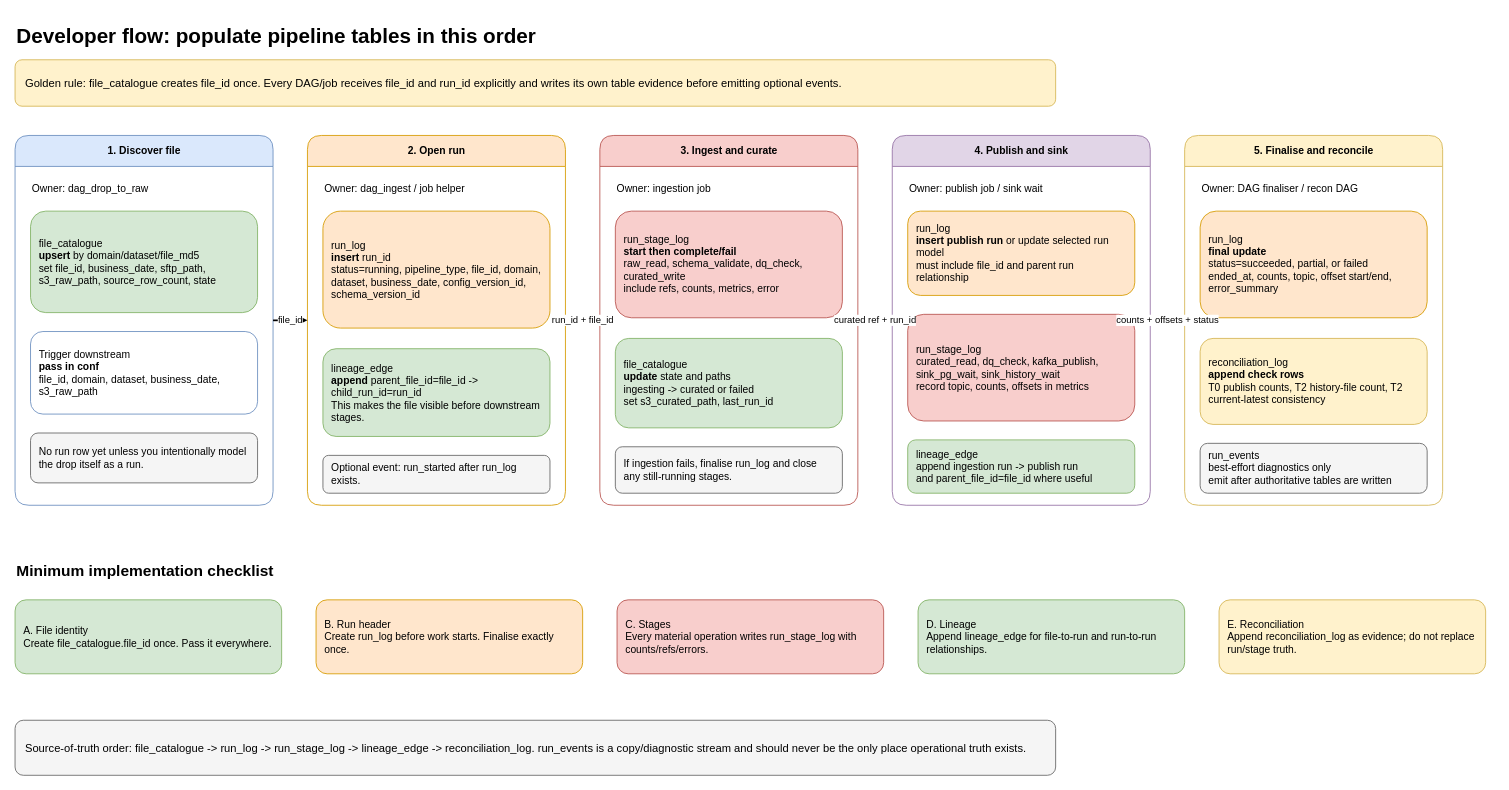
The draw.io diagram page "Control Table Write Order" (1 of 2) of docs/pipeline-table-population-guide.drawio in holdersav20001/ods, before the edit. Source tidied: cells renumbered, new cells numbered last; positions are measured from the earlier drawing's top-left corner, leaving out a move shared by most shapes. Both pictures are drawn from the tidied source at 86%, with x=0, y=0 at pixel (15, 18).
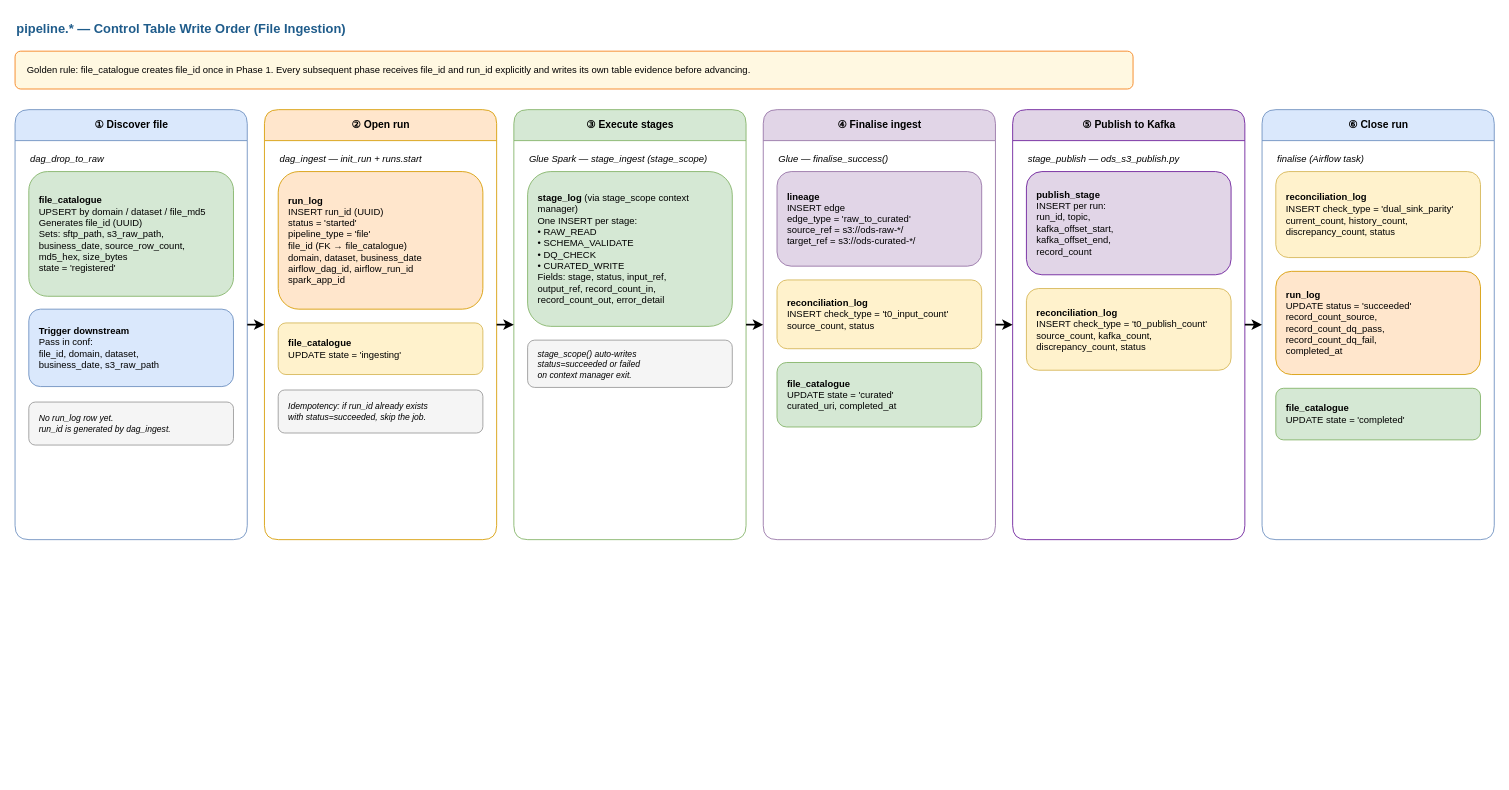
The same page after the edit.

Change to the diagram source:
```diff
@@
-    <mxCell id="2" value="Developer flow: populate pipeline tables in this order" style="text;html=1;fontStyle=1;fontSize=24;fillColor=none;strokeColor=none;align=left;" parent="1" vertex="1">
-      <mxGeometry width="760" height="36" as="geometry" />
+    <mxCell id="2" value="pipeline.* — Control Table Write Order (File Ingestion)" style="text;html=1;fontStyle=1;fontSize=15;fillColor=none;strokeColor=none;align=left;fontColor=#1F5C8B;" parent="1" vertex="1">
+      <mxGeometry y="-4" width="900" height="36" as="geometry" />
     </mxCell>
-    <mxCell id="3" value="Golden rule: file_catalogue creates file_id once. Every DAG/job receives file_id and run_id explicitly and writes its own table evidence before emitting optional events." style="rounded=1;whiteSpace=wrap;html=1;fillColor=#fff2cc;strokeColor=#d6b656;fontSize=13;align=left;spacing=12;" parent="1" vertex="1">
-      <mxGeometry y="48" width="1210" height="54" as="geometry" />
+    <mxCell id="3" value="Golden rule: file_catalogue creates file_id once in Phase 1. Every subsequent phase receives file_id and run_id explicitly and writes its own table evidence before advancing." style="rounded=1;whiteSpace=wrap;html=1;fillColor=#FFF8E1;strokeColor=#F57F17;fontSize=11;align=left;spacingLeft=12;" parent="1" vertex="1">
+      <mxGeometry y="38" width="1300" height="44" as="geometry" />
     </mxCell>
-    <mxCell id="4" value="1. Discover file" style="swimlane;html=1;rounded=1;fontStyle=1;startSize=36;fillColor=#dae8fc;strokeColor=#6c8ebf;" parent="1" vertex="1">
-      <mxGeometry y="136" width="300" height="430" as="geometry" />
-    </mxCell>
-    <mxCell id="5" value="Owner: dag_drop_to_raw" style="text;html=1;strokeColor=none;fillColor=none;align=left;fontSize=12;" parent="4" vertex="1">
-      <mxGeometry x="18" y="48" width="250" height="24" as="geometry" />
-    </mxCell>
-    <mxCell id="6" value="file_catalogue&lt;br&gt;&lt;b&gt;upsert&lt;/b&gt; by domain/dataset/file_md5&lt;br&gt;set file_id, business_date, sftp_path, s3_raw_path, source_row_count, state" style="rounded=1;whiteSpace=wrap;html=1;fillColor=#d5e8d4;strokeColor=#82b366;align=left;spacing=10;" parent="4" vertex="1">
-      <mxGeometry x="18" y="88" width="264" height="118" as="geometry" />
-    </mxCell>
-    <mxCell id="7" value="Trigger downstream&lt;br&gt;&lt;b&gt;pass in conf&lt;/b&gt;&lt;br&gt;file_id, domain, dataset, business_date, s3_raw_path" style="rounded=1;whiteSpace=wrap;html=1;fillColor=#ffffff;strokeColor=#6c8ebf;align=left;spacing=10;" parent="4" vertex="1">
-      <mxGeometry x="18" y="228" width="264" height="96" as="geometry" />
-    </mxCell>
-    <mxCell id="8" value="No run row yet unless you intentionally model the drop itself as a run." style="rounded=1;whiteSpace=wrap;html=1;fillColor=#f5f5f5;strokeColor=#666666;align=left;spacing=10;fontSize=12;" parent="4" vertex="1">
-      <mxGeometry x="18" y="346" width="264" height="58" as="geometry" />
-    </mxCell>
-    <mxCell id="9" value="2. Open run" style="swimlane;html=1;rounded=1;fontStyle=1;startSize=36;fillColor=#ffe6cc;strokeColor=#d79b00;" parent="1" vertex="1">
-      <mxGeometry x="340" y="136" width="300" height="430" as="geometry" />
-    </mxCell>
-    <mxCell id="10" value="Owner: dag_ingest / job helper" style="text;html=1;strokeColor=none;fillColor=none;align=left;fontSize=12;" parent="9" vertex="1">
-      <mxGeometry x="18" y="48" width="250" height="24" as="geometry" />
-    </mxCell>
-    <mxCell id="11" value="run_log&lt;br&gt;&lt;b&gt;insert&lt;/b&gt; run_id&lt;br&gt;status=running, pipeline_type, file_id, domain, dataset, business_date, config_version_id, schema_version_id" style="rounded=1;whiteSpace=wrap;html=1;fillColor=#ffe6cc;strokeColor=#d79b00;align=left;spacing=10;" parent="9" vertex="1">
-      <mxGeometry x="18" y="88" width="264" height="136" as="geometry" />
-    </mxCell>
-    <mxCell id="12" value="lineage_edge&lt;br&gt;&lt;b&gt;append&lt;/b&gt; parent_file_id=file_id -&gt; child_run_id=run_id&lt;br&gt;This makes the file visible before downstream stages." style="rounded=1;whiteSpace=wrap;html=1;fillColor=#d5e8d4;strokeColor=#82b366;align=left;spacing=10;" parent="9" vertex="1">
-      <mxGeometry x="18" y="248" width="264" height="102" as="geometry" />
-    </mxCell>
-    <mxCell id="13" value="Optional event: run_started after run_log exists." style="rounded=1;whiteSpace=wrap;html=1;fillColor=#f5f5f5;strokeColor=#666666;align=left;spacing=10;fontSize=12;" parent="9" vertex="1">
-      <mxGeometry x="18" y="372" width="264" height="44" as="geometry" />
-    </mxCell>
-    <mxCell id="14" value="3. Ingest and curate" style="swimlane;html=1;rounded=1;fontStyle=1;startSize=36;fillColor=#f8cecc;strokeColor=#b85450;" parent="1" vertex="1">
-      <mxGeometry x="680" y="136" width="300" height="430" as="geometry" />
-    </mxCell>
-    <mxCell id="15" value="Owner: ingestion job" style="text;html=1;strokeColor=none;fillColor=none;align=left;fontSize=12;" parent="14" vertex="1">
-      <mxGeometry x="18" y="48" width="250" height="24" as="geometry" />
-    </mxCell>
-    <mxCell id="16" value="run_stage_log&lt;br&gt;&lt;b&gt;start then complete/fail&lt;/b&gt;&lt;br&gt;raw_read, schema_validate, dq_check, curated_write&lt;br&gt;include refs, counts, metrics, error" style="rounded=1;whiteSpace=wrap;html=1;fillColor=#f8cecc;strokeColor=#b85450;align=left;spacing=10;" parent="14" vertex="1">
-      <mxGeometry x="18" y="88" width="264" height="124" as="geometry" />
-    </mxCell>
-    <mxCell id="17" value="file_catalogue&lt;br&gt;&lt;b&gt;update&lt;/b&gt; state and paths&lt;br&gt;ingesting -&gt; curated or failed&lt;br&gt;set s3_curated_path, last_run_id" style="rounded=1;whiteSpace=wrap;html=1;fillColor=#d5e8d4;strokeColor=#82b366;align=left;spacing=10;" parent="14" vertex="1">
-      <mxGeometry x="18" y="236" width="264" height="104" as="geometry" />
-    </mxCell>
-    <mxCell id="18" value="If ingestion fails, finalise run_log and close any still-running stages." style="rounded=1;whiteSpace=wrap;html=1;fillColor=#f5f5f5;strokeColor=#666666;align=left;spacing=10;fontSize=12;" parent="14" vertex="1">
-      <mxGeometry x="18" y="362" width="264" height="54" as="geometry" />
-    </mxCell>
-    <mxCell id="19" value="4. Publish and sink" style="swimlane;html=1;rounded=1;fontStyle=1;startSize=36;fillColor=#e1d5e7;strokeColor=#9673a6;" parent="1" vertex="1">
-      <mxGeometry x="1020" y="136" width="300" height="430" as="geometry" />
-    </mxCell>
-    <mxCell id="20" value="Owner: publish job / sink wait" style="text;html=1;strokeColor=none;fillColor=none;align=left;fontSize=12;" parent="19" vertex="1">
-      <mxGeometry x="18" y="48" width="250" height="24" as="geometry" />
-    </mxCell>
-    <mxCell id="21" value="run_log&lt;br&gt;&lt;b&gt;insert publish run&lt;/b&gt; or update selected run model&lt;br&gt;must include file_id and parent run relationship" style="rounded=1;whiteSpace=wrap;html=1;fillColor=#ffe6cc;strokeColor=#d79b00;align=left;spacing=10;" parent="19" vertex="1">
-      <mxGeometry x="18" y="88" width="264" height="98" as="geometry" />
-    </mxCell>
-    <mxCell id="22" value="run_stage_log&lt;br&gt;curated_read, dq_check, kafka_publish, sink_pg_wait, sink_history_wait&lt;br&gt;record topic, counts, offsets in metrics" style="rounded=1;whiteSpace=wrap;html=1;fillColor=#f8cecc;strokeColor=#b85450;align=left;spacing=10;" parent="19" vertex="1">
-      <mxGeometry x="18" y="208" width="264" height="124" as="geometry" />
-    </mxCell>
-    <mxCell id="23" value="lineage_edge&lt;br&gt;append ingestion run -&gt; publish run&lt;br&gt;and parent_file_id=file_id where useful" style="rounded=1;whiteSpace=wrap;html=1;fillColor=#d5e8d4;strokeColor=#82b366;align=left;spacing=10;" parent="19" vertex="1">
-      <mxGeometry x="18" y="354" width="264" height="62" as="geometry" />
-    </mxCell>
-    <mxCell id="24" value="5. Finalise and reconcile" style="swimlane;html=1;rounded=1;fontStyle=1;startSize=36;fillColor=#fff2cc;strokeColor=#d6b656;" parent="1" vertex="1">
-      <mxGeometry x="1360" y="136" width="300" height="430" as="geometry" />
-    </mxCell>
-    <mxCell id="25" value="Owner: DAG finaliser / recon DAG" style="text;html=1;strokeColor=none;fillColor=none;align=left;fontSize=12;" parent="24" vertex="1">
-      <mxGeometry x="18" y="48" width="250" height="24" as="geometry" />
-    </mxCell>
-    <mxCell id="26" value="run_log&lt;br&gt;&lt;b&gt;final update&lt;/b&gt;&lt;br&gt;status=succeeded, partial, or failed&lt;br&gt;ended_at, counts, topic, offset start/end, error_summary" style="rounded=1;whiteSpace=wrap;html=1;fillColor=#ffe6cc;strokeColor=#d79b00;align=left;spacing=10;" parent="24" vertex="1">
-      <mxGeometry x="18" y="88" width="264" height="124" as="geometry" />
-    </mxCell>
-    <mxCell id="27" value="reconciliation_log&lt;br&gt;&lt;b&gt;append check rows&lt;/b&gt;&lt;br&gt;T0 publish counts, T2 history-file count, T2 current-latest consistency" style="rounded=1;whiteSpace=wrap;html=1;fillColor=#fff2cc;strokeColor=#d6b656;align=left;spacing=10;" parent="24" vertex="1">
-      <mxGeometry x="18" y="236" width="264" height="100" as="geometry" />
-    </mxCell>
-    <mxCell id="28" value="run_events&lt;br&gt;best-effort diagnostics only&lt;br&gt;emit after authoritative tables are written" style="rounded=1;whiteSpace=wrap;html=1;fillColor=#f5f5f5;strokeColor=#666666;align=left;spacing=10;" parent="24" vertex="1">
-      <mxGeometry x="18" y="358" width="264" height="58" as="geometry" />
-    </mxCell>
-    <mxCell id="29" value="file_id" style="endArrow=block;html=1;rounded=0;strokeWidth=2;edgeStyle=orthogonalEdgeStyle;" parent="1" edge="1" source="4" target="9">
-      <mxGeometry relative="1" as="geometry" />
-    </mxCell>
-    <mxCell id="30" value="run_id + file_id" style="endArrow=block;html=1;rounded=0;strokeWidth=2;edgeStyle=orthogonalEdgeStyle;" parent="1" edge="1" source="9" target="14">
-      <mxGeometry relative="1" as="geometry" />
-    </mxCell>
-    <mxCell id="31" value="curated ref + run_id" style="endArrow=block;html=1;rounded=0;strokeWidth=2;edgeStyle=orthogonalEdgeStyle;" parent="1" edge="1" source="14" target="19">
-      <mxGeometry relative="1" as="geometry" />
-    </mxCell>
-    <mxCell id="32" value="counts + offsets + status" style="endArrow=block;html=1;rounded=0;strokeWidth=2;edgeStyle=orthogonalEdgeStyle;" parent="1" edge="1" source="19" target="24">
-      <mxGeometry relative="1" as="geometry" />
-    </mxCell>
-    <mxCell id="33" value="Minimum implementation checklist" style="text;html=1;fontStyle=1;fontSize=18;fillColor=none;strokeColor=none;align=left;" parent="1" vertex="1">
-      <mxGeometry y="626" width="360" height="30" as="geometry" />
-    </mxCell>
-    <mxCell id="34" value="A. File identity&lt;br&gt;Create file_catalogue.file_id once. Pass it everywhere." style="rounded=1;whiteSpace=wrap;html=1;fillColor=#d5e8d4;strokeColor=#82b366;align=left;spacing=10;" parent="1" vertex="1">
-      <mxGeometry y="676" width="310" height="86" as="geometry" />
-    </mxCell>
-    <mxCell id="35" value="B. Run header&lt;br&gt;Create run_log before work starts. Finalise exactly once." style="rounded=1;whiteSpace=wrap;html=1;fillColor=#ffe6cc;strokeColor=#d79b00;align=left;spacing=10;" parent="1" vertex="1">
-      <mxGeometry x="350" y="676" width="310" height="86" as="geometry" />
-    </mxCell>
-    <mxCell id="36" value="C. Stages&lt;br&gt;Every material operation writes run_stage_log with counts/refs/errors." style="rounded=1;whiteSpace=wrap;html=1;fillColor=#f8cecc;strokeColor=#b85450;align=left;spacing=10;" parent="1" vertex="1">
-      <mxGeometry x="700" y="676" width="310" height="86" as="geometry" />
-    </mxCell>
-    <mxCell id="37" value="D. Lineage&lt;br&gt;Append lineage_edge for file-to-run and run-to-run relationships." style="rounded=1;whiteSpace=wrap;html=1;fillColor=#d5e8d4;strokeColor=#82b366;align=left;spacing=10;" parent="1" vertex="1">
-      <mxGeometry x="1050" y="676" width="310" height="86" as="geometry" />
-    </mxCell>
-    <mxCell id="38" value="E. Reconciliation&lt;br&gt;Append reconciliation_log as evidence; do not replace run/stage truth." style="rounded=1;whiteSpace=wrap;html=1;fillColor=#fff2cc;strokeColor=#d6b656;align=left;spacing=10;" parent="1" vertex="1">
-      <mxGeometry x="1400" y="676" width="310" height="86" as="geometry" />
-    </mxCell>
-    <mxCell id="39" value="Source-of-truth order: file_catalogue -&gt; run_log -&gt; run_stage_log -&gt; lineage_edge -&gt; reconciliation_log. run_events is a copy/diagnostic stream and should never be the only place operational truth exists." style="rounded=1;whiteSpace=wrap;html=1;fillColor=#f5f5f5;strokeColor=#666666;fontSize=13;align=left;spacing=12;" parent="1" vertex="1">
-      <mxGeometry y="816" width="1210" height="64" as="geometry" />
-    </mxCell>
+    <mxCell id="40" value="① Discover file" style="swimlane;html=1;rounded=1;fontStyle=1;startSize=36;fillColor=#dae8fc;strokeColor=#6c8ebf;fontSize=12;" parent="1" vertex="1">
+      <mxGeometry y="106" width="270" height="500" as="geometry" />
+    </mxCell>
+    <mxCell id="41" value="dag_drop_to_raw" style="text;html=1;strokeColor=none;fillColor=none;align=left;fontSize=11;fontStyle=2;" parent="40" vertex="1">
+      <mxGeometry x="16" y="44" width="240" height="20" as="geometry" />
+    </mxCell>
+    <mxCell id="42" value="&lt;b&gt;file_catalogue&lt;/b&gt;&#10;UPSERT by domain / dataset / file_md5&#10;Generates file_id (UUID)&#10;Sets: sftp_path, s3_raw_path,&#10;business_date, source_row_count,&#10;md5_hex, size_bytes&#10;state = 'registered'" style="rounded=1;whiteSpace=wrap;html=1;fillColor=#d5e8d4;strokeColor=#82b366;align=left;fontSize=11;spacingLeft=10;" parent="40" vertex="1">
+      <mxGeometry x="16" y="72" width="238" height="145" as="geometry" />
+    </mxCell>
+    <mxCell id="43" value="&lt;b&gt;Trigger downstream&lt;/b&gt;&#10;Pass in conf:&#10;file_id, domain, dataset,&#10;business_date, s3_raw_path" style="rounded=1;whiteSpace=wrap;html=1;fillColor=#dae8fc;strokeColor=#6c8ebf;align=left;fontSize=11;spacingLeft=10;" parent="40" vertex="1">
+      <mxGeometry x="16" y="232" width="238" height="90" as="geometry" />
+    </mxCell>
+    <mxCell id="44" value="No run_log row yet.&#10;run_id is generated by dag_ingest." style="rounded=1;whiteSpace=wrap;html=1;fillColor=#f5f5f5;strokeColor=#999999;align=left;fontSize=10;spacingLeft=10;fontStyle=2;" parent="40" vertex="1">
+      <mxGeometry x="16" y="340" width="238" height="50" as="geometry" />
+    </mxCell>
+    <mxCell id="45" value="② Open run" style="swimlane;html=1;rounded=1;fontStyle=1;startSize=36;fillColor=#ffe6cc;strokeColor=#d79b00;fontSize=12;" parent="1" vertex="1">
+      <mxGeometry x="290" y="106" width="270" height="500" as="geometry" />
+    </mxCell>
+    <mxCell id="46" value="dag_ingest — init_run + runs.start" style="text;html=1;strokeColor=none;fillColor=none;align=left;fontSize=11;fontStyle=2;" parent="45" vertex="1">
+      <mxGeometry x="16" y="44" width="240" height="20" as="geometry" />
+    </mxCell>
+    <mxCell id="47" value="&lt;b&gt;run_log&lt;/b&gt;&#10;INSERT run_id (UUID)&#10;status = 'started'&#10;pipeline_type = 'file'&#10;file_id (FK → file_catalogue)&#10;domain, dataset, business_date&#10;airflow_dag_id, airflow_run_id&#10;spark_app_id" style="rounded=1;whiteSpace=wrap;html=1;fillColor=#ffe6cc;strokeColor=#d79b00;align=left;fontSize=11;spacingLeft=10;" parent="45" vertex="1">
+      <mxGeometry x="16" y="72" width="238" height="160" as="geometry" />
+    </mxCell>
+    <mxCell id="48" value="&lt;b&gt;file_catalogue&lt;/b&gt;&#10;UPDATE state = 'ingesting'" style="rounded=1;whiteSpace=wrap;html=1;fillColor=#fff2cc;strokeColor=#d6b656;align=left;fontSize=11;spacingLeft=10;" parent="45" vertex="1">
+      <mxGeometry x="16" y="248" width="238" height="60" as="geometry" />
+    </mxCell>
+    <mxCell id="49" value="Idempotency: if run_id already exists&#10;with status=succeeded, skip the job." style="rounded=1;whiteSpace=wrap;html=1;fillColor=#f5f5f5;strokeColor=#999999;align=left;fontSize=10;spacingLeft=10;fontStyle=2;" parent="45" vertex="1">
+      <mxGeometry x="16" y="326" width="238" height="50" as="geometry" />
+    </mxCell>
+    <mxCell id="50" value="③ Execute stages" style="swimlane;html=1;rounded=1;fontStyle=1;startSize=36;fillColor=#d5e8d4;strokeColor=#82b366;fontSize=12;" parent="1" vertex="1">
+      <mxGeometry x="580" y="106" width="270" height="500" as="geometry" />
+    </mxCell>
+    <mxCell id="51" value="Glue Spark — stage_ingest (stage_scope)" style="text;html=1;strokeColor=none;fillColor=none;align=left;fontSize=11;fontStyle=2;" parent="50" vertex="1">
+      <mxGeometry x="16" y="44" width="240" height="20" as="geometry" />
+    </mxCell>
+    <mxCell id="52" value="&lt;b&gt;stage_log&lt;/b&gt; (via stage_scope context manager)&#10;One INSERT per stage:&#10;• RAW_READ&#10;• SCHEMA_VALIDATE&#10;• DQ_CHECK&#10;• CURATED_WRITE&#10;Fields: stage, status, input_ref,&#10;output_ref, record_count_in,&#10;record_count_out, error_detail" style="rounded=1;whiteSpace=wrap;html=1;fillColor=#d5e8d4;strokeColor=#82b366;align=left;fontSize=11;spacingLeft=10;" parent="50" vertex="1">
+      <mxGeometry x="16" y="72" width="238" height="180" as="geometry" />
+    </mxCell>
+    <mxCell id="53" value="stage_scope() auto-writes&#10;status=succeeded or failed&#10;on context manager exit." style="rounded=1;whiteSpace=wrap;html=1;fillColor=#f5f5f5;strokeColor=#999999;align=left;fontSize=10;spacingLeft=10;fontStyle=2;" parent="50" vertex="1">
+      <mxGeometry x="16" y="268" width="238" height="55" as="geometry" />
+    </mxCell>
+    <mxCell id="54" value="④ Finalise ingest" style="swimlane;html=1;rounded=1;fontStyle=1;startSize=36;fillColor=#e1d5e7;strokeColor=#9673a6;fontSize=12;" parent="1" vertex="1">
+      <mxGeometry x="870" y="106" width="270" height="500" as="geometry" />
+    </mxCell>
+    <mxCell id="55" value="Glue — finalise_success()" style="text;html=1;strokeColor=none;fillColor=none;align=left;fontSize=11;fontStyle=2;" parent="54" vertex="1">
+      <mxGeometry x="16" y="44" width="240" height="20" as="geometry" />
+    </mxCell>
+    <mxCell id="56" value="&lt;b&gt;lineage&lt;/b&gt;&#10;INSERT edge&#10;edge_type = 'raw_to_curated'&#10;source_ref = s3://ods-raw-*/&#10;target_ref = s3://ods-curated-*/" style="rounded=1;whiteSpace=wrap;html=1;fillColor=#e1d5e7;strokeColor=#9673a6;align=left;fontSize=11;spacingLeft=10;" parent="54" vertex="1">
+      <mxGeometry x="16" y="72" width="238" height="110" as="geometry" />
+    </mxCell>
+    <mxCell id="57" value="&lt;b&gt;reconciliation_log&lt;/b&gt;&#10;INSERT check_type = 't0_input_count'&#10;source_count, status" style="rounded=1;whiteSpace=wrap;html=1;fillColor=#fff2cc;strokeColor=#d6b656;align=left;fontSize=11;spacingLeft=10;" parent="54" vertex="1">
+      <mxGeometry x="16" y="198" width="238" height="80" as="geometry" />
+    </mxCell>
+    <mxCell id="58" value="&lt;b&gt;file_catalogue&lt;/b&gt;&#10;UPDATE state = 'curated'&#10;curated_uri, completed_at" style="rounded=1;whiteSpace=wrap;html=1;fillColor=#d5e8d4;strokeColor=#82b366;align=left;fontSize=11;spacingLeft=10;" parent="54" vertex="1">
+      <mxGeometry x="16" y="294" width="238" height="75" as="geometry" />
+    </mxCell>
+    <mxCell id="59" value="⑤ Publish to Kafka" style="swimlane;html=1;rounded=1;fontStyle=1;startSize=36;fillColor=#e1d5e7;strokeColor=#6A1B9A;fontSize=12;" parent="1" vertex="1">
+      <mxGeometry x="1160" y="106" width="270" height="500" as="geometry" />
+    </mxCell>
+    <mxCell id="60" value="stage_publish — ods_s3_publish.py" style="text;html=1;strokeColor=none;fillColor=none;align=left;fontSize=11;fontStyle=2;" parent="59" vertex="1">
+      <mxGeometry x="16" y="44" width="240" height="20" as="geometry" />
+    </mxCell>
+    <mxCell id="61" value="&lt;b&gt;publish_stage&lt;/b&gt;&#10;INSERT per run:&#10;run_id, topic,&#10;kafka_offset_start,&#10;kafka_offset_end,&#10;record_count" style="rounded=1;whiteSpace=wrap;html=1;fillColor=#e1d5e7;strokeColor=#6A1B9A;align=left;fontSize=11;spacingLeft=10;" parent="59" vertex="1">
+      <mxGeometry x="16" y="72" width="238" height="120" as="geometry" />
+    </mxCell>
+    <mxCell id="62" value="&lt;b&gt;reconciliation_log&lt;/b&gt;&#10;INSERT check_type = 't0_publish_count'&#10;source_count, kafka_count,&#10;discrepancy_count, status" style="rounded=1;whiteSpace=wrap;html=1;fillColor=#fff2cc;strokeColor=#d6b656;align=left;fontSize=11;spacingLeft=10;" parent="59" vertex="1">
+      <mxGeometry x="16" y="208" width="238" height="95" as="geometry" />
+    </mxCell>
+    <mxCell id="63" value="⑥ Close run" style="swimlane;html=1;rounded=1;fontStyle=1;startSize=36;fillColor=#dae8fc;strokeColor=#6c8ebf;fontSize=12;" parent="1" vertex="1">
+      <mxGeometry x="1450" y="106" width="270" height="500" as="geometry" />
+    </mxCell>
+    <mxCell id="64" value="finalise (Airflow task)" style="text;html=1;strokeColor=none;fillColor=none;align=left;fontSize=11;fontStyle=2;" parent="63" vertex="1">
+      <mxGeometry x="16" y="44" width="240" height="20" as="geometry" />
+    </mxCell>
+    <mxCell id="65" value="&lt;b&gt;reconciliation_log&lt;/b&gt;&#10;INSERT check_type = 'dual_sink_parity'&#10;current_count, history_count,&#10;discrepancy_count, status" style="rounded=1;whiteSpace=wrap;html=1;fillColor=#fff2cc;strokeColor=#d6b656;align=left;fontSize=11;spacingLeft=10;" parent="63" vertex="1">
+      <mxGeometry x="16" y="72" width="238" height="100" as="geometry" />
+    </mxCell>
+    <mxCell id="66" value="&lt;b&gt;run_log&lt;/b&gt;&#10;UPDATE status = 'succeeded'&#10;record_count_source,&#10;record_count_dq_pass,&#10;record_count_dq_fail,&#10;completed_at" style="rounded=1;whiteSpace=wrap;html=1;fillColor=#ffe6cc;strokeColor=#d79b00;align=left;fontSize=11;spacingLeft=10;" parent="63" vertex="1">
+      <mxGeometry x="16" y="188" width="238" height="120" as="geometry" />
+    </mxCell>
+    <mxCell id="67" value="&lt;b&gt;file_catalogue&lt;/b&gt;&#10;UPDATE state = 'completed'" style="rounded=1;whiteSpace=wrap;html=1;fillColor=#d5e8d4;strokeColor=#82b366;align=left;fontSize=11;spacingLeft=10;" parent="63" vertex="1">
+      <mxGeometry x="16" y="324" width="238" height="60" as="geometry" />
+    </mxCell>
+    <mxCell id="68" style="edgeStyle=orthogonalEdgeStyle;strokeWidth=2;" parent="1" edge="1" source="40" target="45">
+      <mxGeometry relative="1" as="geometry" />
+    </mxCell>
+    <mxCell id="69" style="edgeStyle=orthogonalEdgeStyle;strokeWidth=2;" parent="1" edge="1" source="45" target="50">
+      <mxGeometry relative="1" as="geometry" />
+    </mxCell>
+    <mxCell id="70" style="edgeStyle=orthogonalEdgeStyle;strokeWidth=2;" parent="1" edge="1" source="50" target="54">
+      <mxGeometry relative="1" as="geometry" />
+    </mxCell>
+    <mxCell id="71" style="edgeStyle=orthogonalEdgeStyle;strokeWidth=2;" parent="1" edge="1" source="54" target="59">
+      <mxGeometry relative="1" as="geometry" />
+    </mxCell>
+    <mxCell id="72" style="edgeStyle=orthogonalEdgeStyle;strokeWidth=2;" parent="1" edge="1" source="59" target="63">
+      <mxGeometry relative="1" as="geometry" />
+    </mxCell>
```
